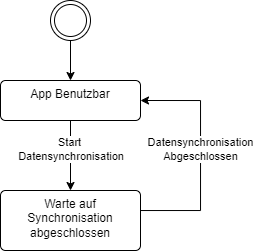
This is ablage/synchrone-datensynchronisation.drawio.png from zuercheram/Master-Thesis, a draw.io export, as it was before one commit. Source tidied: cells renumbered, new cells last; positions are measured from the earlier drawing's top-left corner, leaving out a move shared by most shapes.
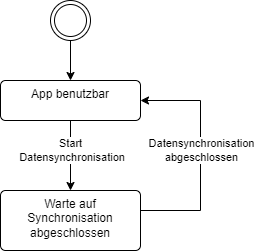
The same diagram one commit later.

What changed in the source:
```diff
@@ -14,7 +14,7 @@
     <mxCell id="5" value="Start&lt;div&gt;&amp;nbsp;Datensynchronisation&lt;/div&gt;" style="edgeLabel;html=1;align=center;verticalAlign=middle;" parent="4" vertex="1">
       <mxGeometry x="-0.17" y="-1" relative="1" as="geometry" />
     </mxCell>
-    <mxCell id="6" value="App Benutzbar" style="html=1;align=center;verticalAlign=top;rounded=1;absoluteArcSize=1;arcSize=10;dashed=0;whiteSpace=wrap;" parent="1" vertex="1">
+    <mxCell id="6" value="App benutzbar" style="html=1;align=center;verticalAlign=top;rounded=1;absoluteArcSize=1;arcSize=10;dashed=0;whiteSpace=wrap;" parent="1" vertex="1">
       <mxGeometry y="80" width="140" height="40" as="geometry" />
     </mxCell>
     <mxCell id="7" style="edgeStyle=orthogonalEdgeStyle;rounded=0;jettySize=auto;html=1;entryX=1;entryY=0.5;entryDx=0;entryDy=0;" parent="1" edge="1" source="9" target="6">
@@ -25,7 +25,7 @@
         </Array>
       </mxGeometry>
     </mxCell>
-    <mxCell id="8" value="Datensynchronisation&lt;div&gt;Abgeschlossen&lt;/div&gt;" style="edgeLabel;html=1;align=center;verticalAlign=middle;" parent="7" vertex="1">
+    <mxCell id="8" value="Datensynchronisation&lt;div&gt;abgeschlossen&lt;/div&gt;" style="edgeLabel;html=1;align=center;verticalAlign=middle;" parent="7" vertex="1">
       <mxGeometry x="0.05" relative="1" as="geometry" />
     </mxCell>
     <mxCell id="9" value="Warte auf Synchronisation abgeschlossen" style="html=1;align=center;verticalAlign=top;rounded=1;absoluteArcSize=1;arcSize=10;dashed=0;whiteSpace=wrap;" parent="1" vertex="1">
```
